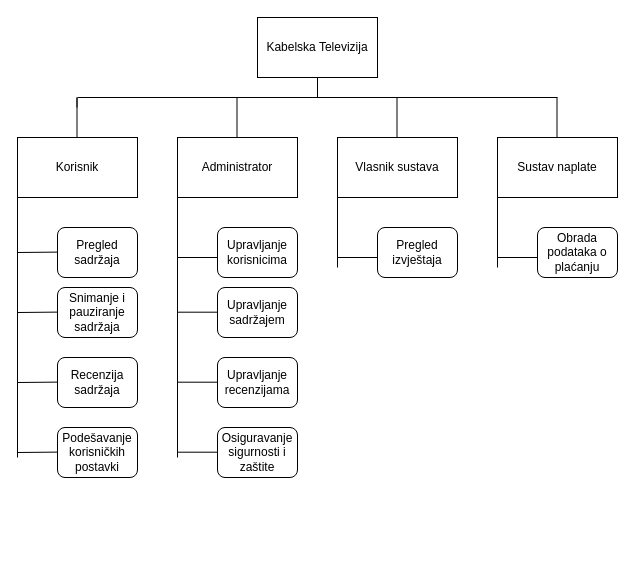
This is 2. Specifikacija zahtjeva/Model funkcija/Dijagram dekompozicije funkcija.drawio from Franjo7/PIS, a draw.io file, before an edit. Source tidied: cells renumbered, new cells numbered last; positions are measured from the earlier drawing's top-left corner, leaving out a move shared by most shapes. Both pictures are drawn from the tidied source at 100%, with x=0, y=0 at pixel (17, 17).
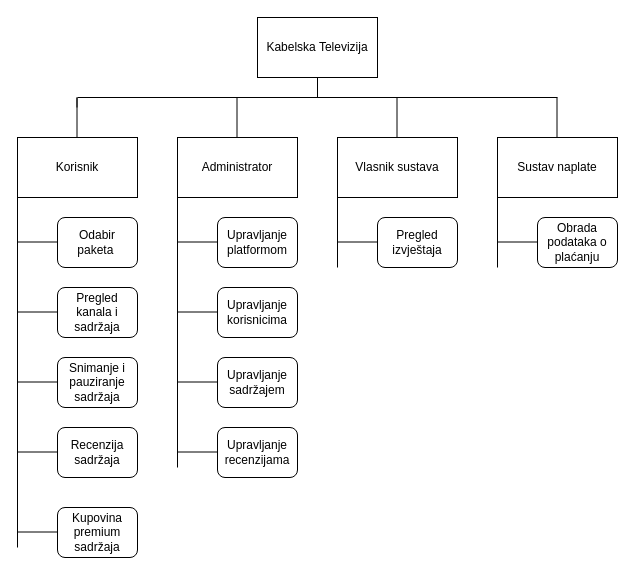
The same page after the edit.

Commit message (it also covers changes not shown here):
Izmijenjeni model funkcija i model procesa

The edit, as a diff of the source:
```diff
@@
     <mxCell id="15" style="endArrow=none;html=1;rounded=0;" parent="1" edge="1">
       <mxGeometry relative="1" as="geometry">
-        <mxPoint y="440" as="sourcePoint" />
+        <mxPoint y="530" as="sourcePoint" />
         <mxPoint y="190" as="targetPoint" />
         <Array as="points">
           <mxPoint y="180" />
         </Array>
       </mxGeometry>
     </mxCell>
-    <mxCell id="16" style="endArrow=none;html=1;rounded=0;" parent="1" edge="1">
-      <mxGeometry relative="1" as="geometry">
-        <mxPoint x="50" y="234.5" as="sourcePoint" />
-        <mxPoint y="235" as="targetPoint" />
-      </mxGeometry>
-    </mxCell>
-    <mxCell id="17" value="Pregled sadržaja" style="rounded=1;whiteSpace=wrap;html=1;" parent="1" vertex="1">
-      <mxGeometry x="40" y="210" width="80" height="50" as="geometry" />
+    <mxCell id="17" value="Pregled kanala i sadržaja" style="rounded=1;whiteSpace=wrap;html=1;" parent="1" vertex="1">
+      <mxGeometry x="40" y="270" width="80" height="50" as="geometry" />
     </mxCell>
-    <mxCell id="18" style="endArrow=none;html=1;rounded=0;" parent="1" edge="1">
-      <mxGeometry relative="1" as="geometry">
-        <mxPoint x="50" y="294.5" as="sourcePoint" />
-        <mxPoint y="295" as="targetPoint" />
-      </mxGeometry>
-    </mxCell>
     <mxCell id="19" value="Snimanje i pauziranje sadržaja" style="rounded=1;whiteSpace=wrap;html=1;" parent="1" vertex="1">
-      <mxGeometry x="40" y="270" width="80" height="50" as="geometry" />
+      <mxGeometry x="40" y="340" width="80" height="50" as="geometry" />
     </mxCell>
-    <mxCell id="20" style="endArrow=none;html=1;rounded=0;" parent="1" edge="1">
-      <mxGeometry relative="1" as="geometry">
-        <mxPoint x="50" y="364.5" as="sourcePoint" />
-        <mxPoint y="365" as="targetPoint" />
-      </mxGeometry>
-    </mxCell>
     <mxCell id="21" value="Recenzija sadržaja" style="rounded=1;whiteSpace=wrap;html=1;" parent="1" vertex="1">
-      <mxGeometry x="40" y="340" width="80" height="50" as="geometry" />
+      <mxGeometry x="40" y="410" width="80" height="50" as="geometry" />
     </mxCell>
-    <mxCell id="22" style="endArrow=none;html=1;rounded=0;" parent="1" edge="1">
-      <mxGeometry relative="1" as="geometry">
-        <mxPoint x="50" y="434.5" as="sourcePoint" />
-        <mxPoint y="435" as="targetPoint" />
-      </mxGeometry>
-    </mxCell>
-    <mxCell id="23" value="Podešavanje korisničkih postavki" style="rounded=1;whiteSpace=wrap;html=1;" parent="1" vertex="1">
-      <mxGeometry x="40" y="410" width="80" height="50" as="geometry" />
-    </mxCell>
     <mxCell id="24" style="endArrow=none;html=1;rounded=0;" parent="1" edge="1">
       <mxGeometry relative="1" as="geometry">
-        <mxPoint x="160" y="440" as="sourcePoint" />
+        <mxPoint x="160" y="450" as="sourcePoint" />
         <mxPoint x="160" y="190" as="targetPoint" />
         <Array as="points">
           <mxPoint x="160" y="180" />
         </Array>
       </mxGeometry>
     </mxCell>
-    <mxCell id="25" style="endArrow=none;html=1;rounded=0;" parent="1" edge="1">
-      <mxGeometry relative="1" as="geometry">
-        <mxPoint x="230" y="240" as="sourcePoint" />
-        <mxPoint x="190" y="240" as="targetPoint" />
-        <Array as="points">
-          <mxPoint x="160" y="240" />
-          <mxPoint x="190" y="240" />
-        </Array>
-      </mxGeometry>
-    </mxCell>
     <mxCell id="26" value="Upravljanje korisnicima" style="rounded=1;whiteSpace=wrap;html=1;" parent="1" vertex="1">
-      <mxGeometry x="200" y="210" width="80" height="50" as="geometry" />
+      <mxGeometry x="200" y="270" width="80" height="50" as="geometry" />
     </mxCell>
-    <mxCell id="27" style="endArrow=none;html=1;rounded=0;" parent="1" edge="1">
-      <mxGeometry relative="1" as="geometry">
-        <mxPoint x="230" y="294.7" as="sourcePoint" />
-        <mxPoint x="160" y="294.7" as="targetPoint" />
-        <Array as="points">
-          <mxPoint x="160" y="294.7" />
-        </Array>
-      </mxGeometry>
-    </mxCell>
     <mxCell id="28" value="Upravljanje sadržajem" style="rounded=1;whiteSpace=wrap;html=1;" parent="1" vertex="1">
-      <mxGeometry x="200" y="270" width="80" height="50" as="geometry" />
+      <mxGeometry x="200" y="340" width="80" height="50" as="geometry" />
     </mxCell>
-    <mxCell id="29" style="endArrow=none;html=1;rounded=0;" parent="1" edge="1">
-      <mxGeometry relative="1" as="geometry">
-        <mxPoint x="230" y="364.7" as="sourcePoint" />
-        <mxPoint x="160" y="364.7" as="targetPoint" />
-        <Array as="points">
-          <mxPoint x="160" y="364.7" />
-        </Array>
-      </mxGeometry>
-    </mxCell>
     <mxCell id="30" value="Upravljanje recenzijama" style="rounded=1;whiteSpace=wrap;html=1;" parent="1" vertex="1">
-      <mxGeometry x="200" y="340" width="80" height="50" as="geometry" />
+      <mxGeometry x="200" y="410" width="80" height="50" as="geometry" />
     </mxCell>
-    <mxCell id="31" style="endArrow=none;html=1;rounded=0;" parent="1" edge="1">
-      <mxGeometry relative="1" as="geometry">
-        <mxPoint x="230" y="434.7" as="sourcePoint" />
-        <mxPoint x="160" y="434.7" as="targetPoint" />
-        <Array as="points">
-          <mxPoint x="160" y="434.7" />
-        </Array>
-      </mxGeometry>
-    </mxCell>
-    <mxCell id="32" value="Osiguravanje sigurnosti i zaštite" style="rounded=1;whiteSpace=wrap;html=1;" parent="1" vertex="1">
-      <mxGeometry x="200" y="410" width="80" height="50" as="geometry" />
-    </mxCell>
@@
-    <mxCell id="34" style="endArrow=none;html=1;rounded=0;" parent="1" edge="1">
-      <mxGeometry relative="1" as="geometry">
-        <mxPoint x="390" y="240" as="sourcePoint" />
-        <mxPoint x="350" y="240" as="targetPoint" />
-        <Array as="points">
-          <mxPoint x="320" y="240" />
-          <mxPoint x="350" y="240" />
-        </Array>
-      </mxGeometry>
-    </mxCell>
     <mxCell id="35" value="Pregled izvještaja" style="rounded=1;whiteSpace=wrap;html=1;" parent="1" vertex="1">
-      <mxGeometry x="360" y="210" width="80" height="50" as="geometry" />
+      <mxGeometry x="360" y="200" width="80" height="50" as="geometry" />
     </mxCell>
@@
-    <mxCell id="37" style="endArrow=none;html=1;rounded=0;" parent="1" edge="1">
-      <mxGeometry relative="1" as="geometry">
-        <mxPoint x="550" y="240" as="sourcePoint" />
-        <mxPoint x="510" y="240" as="targetPoint" />
-        <Array as="points">
-          <mxPoint x="480" y="240" />
-          <mxPoint x="510" y="240" />
-        </Array>
-      </mxGeometry>
-    </mxCell>
     <mxCell id="38" value="Obrada podataka o plaćanju" style="rounded=1;whiteSpace=wrap;html=1;" parent="1" vertex="1">
-      <mxGeometry x="520" y="210" width="80" height="50" as="geometry" />
+      <mxGeometry x="520" y="200" width="80" height="50" as="geometry" />
     </mxCell>
+    <mxCell id="39" value="Odabir&lt;br&gt;paketa&amp;nbsp;" style="rounded=1;whiteSpace=wrap;html=1;" parent="1" vertex="1">
+      <mxGeometry x="40" y="200" width="80" height="50" as="geometry" />
+    </mxCell>
+    <mxCell id="40" value="Upravljanje platformom" style="rounded=1;whiteSpace=wrap;html=1;" parent="1" vertex="1">
+      <mxGeometry x="200" y="200" width="80" height="50" as="geometry" />
+    </mxCell>
+    <mxCell id="41" value="Kupovina premium sadržaja" style="rounded=1;whiteSpace=wrap;html=1;" parent="1" vertex="1">
+      <mxGeometry x="40" y="490" width="80" height="50" as="geometry" />
+    </mxCell>
+    <mxCell id="42" style="endArrow=none;html=1;rounded=0;" parent="1" edge="1">
+      <mxGeometry relative="1" as="geometry">
+        <mxPoint y="224.5" as="sourcePoint" />
+        <mxPoint x="40" y="224.5" as="targetPoint" />
+      </mxGeometry>
+    </mxCell>
+    <mxCell id="43" style="endArrow=none;html=1;rounded=0;" parent="1" edge="1">
+      <mxGeometry relative="1" as="geometry">
+        <mxPoint x="160" y="224.5" as="sourcePoint" />
+        <mxPoint x="200" y="224.5" as="targetPoint" />
+      </mxGeometry>
+    </mxCell>
+    <mxCell id="44" style="endArrow=none;html=1;rounded=0;" parent="1" edge="1">
+      <mxGeometry relative="1" as="geometry">
+        <mxPoint x="320" y="224.5" as="sourcePoint" />
+        <mxPoint x="360" y="224.5" as="targetPoint" />
+      </mxGeometry>
+    </mxCell>
+    <mxCell id="45" style="endArrow=none;html=1;rounded=0;" parent="1" edge="1">
+      <mxGeometry relative="1" as="geometry">
+        <mxPoint x="480" y="224.5" as="sourcePoint" />
+        <mxPoint x="520" y="224.5" as="targetPoint" />
+      </mxGeometry>
+    </mxCell>
+    <mxCell id="46" style="endArrow=none;html=1;rounded=0;" parent="1" edge="1">
+      <mxGeometry relative="1" as="geometry">
+        <mxPoint y="294.5" as="sourcePoint" />
+        <mxPoint x="40" y="294.5" as="targetPoint" />
+      </mxGeometry>
+    </mxCell>
+    <mxCell id="47" style="endArrow=none;html=1;rounded=0;" parent="1" edge="1">
+      <mxGeometry relative="1" as="geometry">
+        <mxPoint y="434.5" as="sourcePoint" />
+        <mxPoint x="40" y="434.5" as="targetPoint" />
+      </mxGeometry>
+    </mxCell>
+    <mxCell id="48" style="endArrow=none;html=1;rounded=0;" parent="1" edge="1">
+      <mxGeometry relative="1" as="geometry">
+        <mxPoint y="514.5" as="sourcePoint" />
+        <mxPoint x="40" y="514.5" as="targetPoint" />
+      </mxGeometry>
+    </mxCell>
+    <mxCell id="49" style="endArrow=none;html=1;rounded=0;" parent="1" edge="1">
+      <mxGeometry relative="1" as="geometry">
+        <mxPoint y="364.5" as="sourcePoint" />
+        <mxPoint x="40" y="364.5" as="targetPoint" />
+      </mxGeometry>
+    </mxCell>
+    <mxCell id="50" style="endArrow=none;html=1;rounded=0;" parent="1" edge="1">
+      <mxGeometry relative="1" as="geometry">
+        <mxPoint x="160" y="294.5" as="sourcePoint" />
+        <mxPoint x="200" y="294.5" as="targetPoint" />
+      </mxGeometry>
+    </mxCell>
+    <mxCell id="51" style="endArrow=none;html=1;rounded=0;" parent="1" edge="1">
+      <mxGeometry relative="1" as="geometry">
+        <mxPoint x="160" y="364.5" as="sourcePoint" />
+        <mxPoint x="200" y="364.5" as="targetPoint" />
+      </mxGeometry>
+    </mxCell>
+    <mxCell id="52" style="endArrow=none;html=1;rounded=0;" parent="1" edge="1">
+      <mxGeometry relative="1" as="geometry">
+        <mxPoint x="160" y="434.5" as="sourcePoint" />
+        <mxPoint x="200" y="434.5" as="targetPoint" />
+      </mxGeometry>
+    </mxCell>
```
